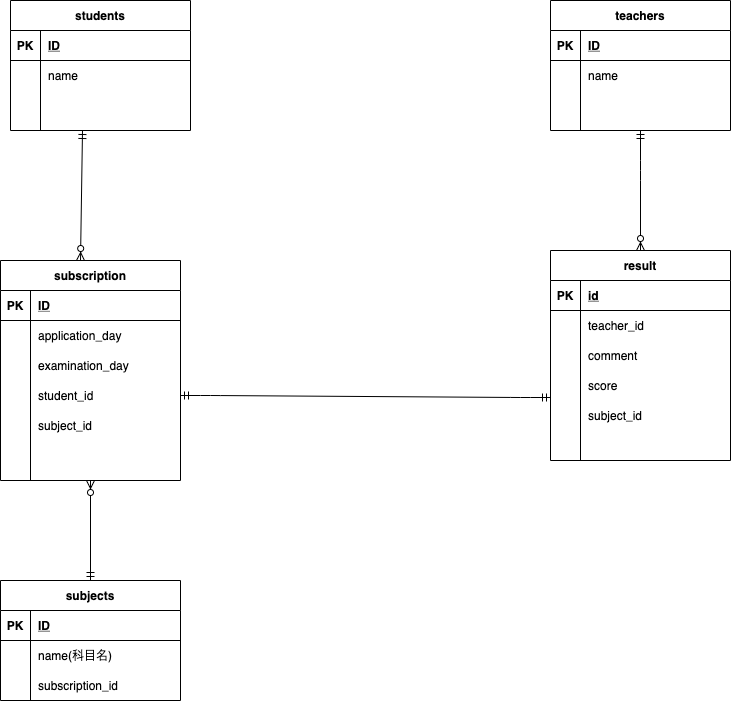
Above: index.drawio.png in mkiim/ERD (draw.io), before the change. Source tidied: cells renumbered, new cells last; positions are measured from the earlier drawing's top-left corner, leaving out a move shared by most shapes.
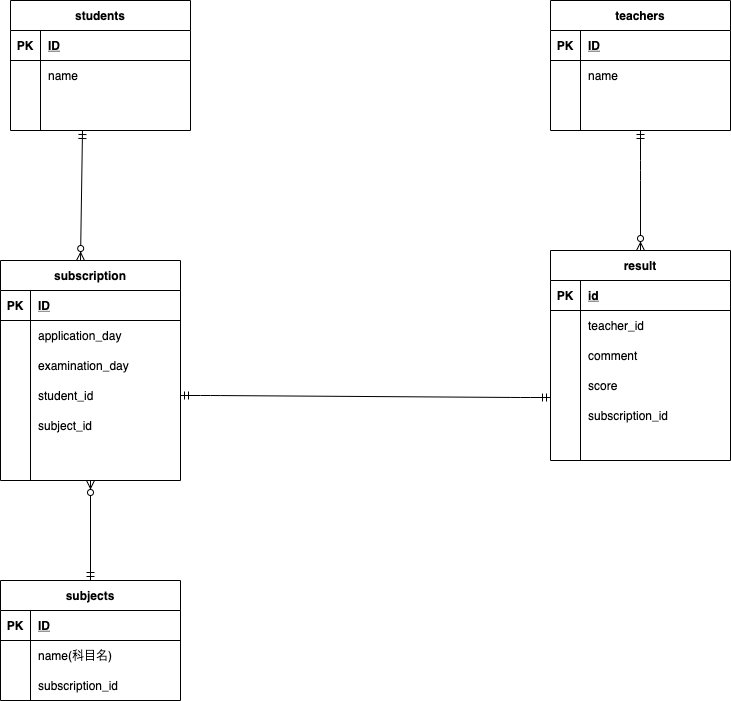
After the change.

Diff of the diagram source:
```diff
@@ -107,7 +107,7 @@
     <mxCell id="36" style="shape=partialRectangle;fillColor=none;top=0;left=0;bottom=0;right=0;overflow=hidden;" parent="35" vertex="1">
       <mxGeometry width="30" height="30" as="geometry" />
     </mxCell>
-    <mxCell id="37" value="subject_id" style="shape=partialRectangle;fillColor=none;top=0;left=0;bottom=0;right=0;align=left;spacingLeft=6;overflow=hidden;" parent="35" vertex="1">
+    <mxCell id="37" value="subscription_id" style="shape=partialRectangle;fillColor=none;top=0;left=0;bottom=0;right=0;align=left;spacingLeft=6;overflow=hidden;" parent="35" vertex="1">
       <mxGeometry x="30" width="150" height="30" as="geometry" />
     </mxCell>
     <mxCell id="38" value="subjects" style="shape=table;startSize=30;rowLines=0;fontStyle=1;align=center;" parent="1" vertex="1">
```
